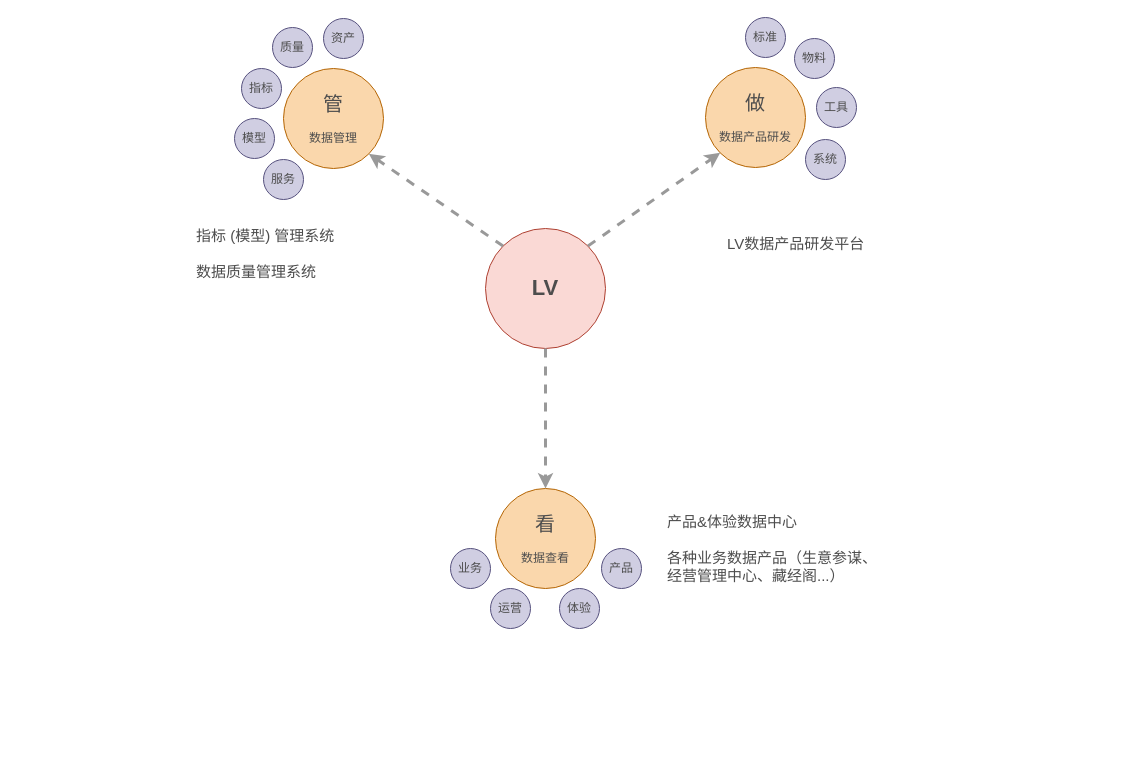
Earlier version of the draw.io diagram LV产品规划.drawio (zzuwzj/draw). Source tidied: cells renumbered, new cells numbered last; positions are measured from the earlier drawing's top-left corner, leaving out a move shared by most shapes. Both pictures are drawn from the tidied source at 100%, with x=0, y=0 at pixel (194, 17).
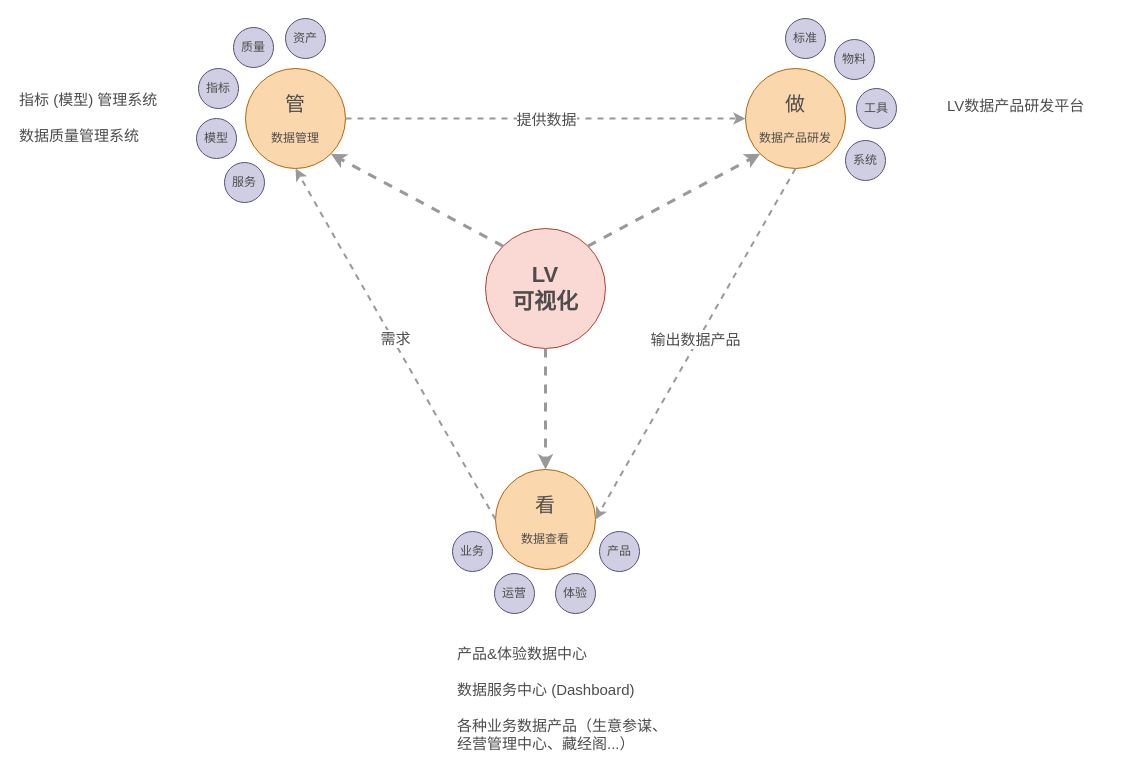
Above is the later version.

What changed in the source:
```diff
@@
-    <mxCell id="2" value="LV" style="ellipse;whiteSpace=wrap;html=1;fontSize=22;fontStyle=1;fillColor=#fad9d5;strokeColor=#ae4132;fontColor=#4D4D4D;" parent="1" vertex="1">
+    <mxCell id="2" value="LV&lt;br&gt;可视化" style="ellipse;whiteSpace=wrap;html=1;fontSize=22;fontStyle=1;fillColor=#fad9d5;strokeColor=#ae4132;fontColor=#4D4D4D;" parent="1" vertex="1">
       <mxGeometry x="291" y="211" width="120" height="120" as="geometry" />
     </mxCell>
     <mxCell id="3" value="&lt;font style=&quot;font-size: 20px&quot;&gt;管&lt;/font&gt;&lt;br&gt;&lt;br&gt;数据管理" style="ellipse;whiteSpace=wrap;html=1;fillColor=#fad7ac;strokeColor=#b46504;fontColor=#4D4D4D;" parent="1" vertex="1">
-      <mxGeometry x="89" y="51" width="100" height="100" as="geometry" />
+      <mxGeometry x="51" y="51" width="100" height="100" as="geometry" />
     </mxCell>
     <mxCell id="4" value="&lt;font style=&quot;font-size: 20px&quot;&gt;做&lt;/font&gt;&lt;br&gt;&lt;br&gt;数据产品研发" style="ellipse;whiteSpace=wrap;html=1;fillColor=#fad7ac;strokeColor=#b46504;fontColor=#4D4D4D;" parent="1" vertex="1">
-      <mxGeometry x="511" y="50" width="100" height="100" as="geometry" />
+      <mxGeometry x="551" y="51" width="100" height="100" as="geometry" />
     </mxCell>
     <mxCell id="5" value="&lt;span style=&quot;font-size: 20px&quot;&gt;看&lt;/span&gt;&lt;br&gt;&lt;br&gt;数据查看" style="ellipse;whiteSpace=wrap;html=1;fillColor=#fad7ac;strokeColor=#b46504;fontColor=#4D4D4D;" parent="1" vertex="1">
-      <mxGeometry x="301" y="471" width="100" height="100" as="geometry" />
+      <mxGeometry x="301" y="452" width="100" height="100" as="geometry" />
     </mxCell>
@@
     <mxCell id="9" value="资产" style="ellipse;whiteSpace=wrap;html=1;fontSize=12;align=center;fillColor=#d0cee2;strokeColor=#56517e;fontColor=#4D4D4D;" parent="1" vertex="1">
-      <mxGeometry x="129" y="1" width="40" height="40" as="geometry" />
+      <mxGeometry x="91" y="1" width="40" height="40" as="geometry" />
     </mxCell>
     <mxCell id="10" value="质量" style="ellipse;whiteSpace=wrap;html=1;fontSize=12;align=center;fillColor=#d0cee2;strokeColor=#56517e;fontColor=#4D4D4D;" parent="1" vertex="1">
-      <mxGeometry x="78" y="10" width="40" height="40" as="geometry" />
+      <mxGeometry x="39" y="10" width="40" height="40" as="geometry" />
     </mxCell>
     <mxCell id="11" value="指标" style="ellipse;whiteSpace=wrap;html=1;fontSize=12;align=center;fillColor=#d0cee2;strokeColor=#56517e;fontColor=#4D4D4D;" parent="1" vertex="1">
-      <mxGeometry x="47" y="51" width="40" height="40" as="geometry" />
+      <mxGeometry x="4" y="51" width="40" height="40" as="geometry" />
     </mxCell>
     <mxCell id="12" value="模型" style="ellipse;whiteSpace=wrap;html=1;fontSize=12;align=center;fillColor=#d0cee2;strokeColor=#56517e;fontColor=#4D4D4D;" parent="1" vertex="1">
-      <mxGeometry x="40" y="101" width="40" height="40" as="geometry" />
+      <mxGeometry x="2" y="101" width="40" height="40" as="geometry" />
     </mxCell>
     <mxCell id="13" value="服务" style="ellipse;whiteSpace=wrap;html=1;fontSize=12;align=center;fillColor=#d0cee2;strokeColor=#56517e;fontColor=#4D4D4D;" parent="1" vertex="1">
-      <mxGeometry x="69" y="142" width="40" height="40" as="geometry" />
+      <mxGeometry x="30" y="145" width="40" height="40" as="geometry" />
     </mxCell>
     <mxCell id="14" value="标准" style="ellipse;whiteSpace=wrap;html=1;fontSize=12;align=center;fillColor=#d0cee2;strokeColor=#56517e;fontColor=#4D4D4D;" parent="1" vertex="1">
-      <mxGeometry x="551" width="40" height="40" as="geometry" />
+      <mxGeometry x="591" y="1" width="40" height="40" as="geometry" />
     </mxCell>
     <mxCell id="15" value="物料" style="ellipse;whiteSpace=wrap;html=1;fontSize=12;align=center;fillColor=#d0cee2;strokeColor=#56517e;fontColor=#4D4D4D;" parent="1" vertex="1">
-      <mxGeometry x="600" y="21" width="40" height="40" as="geometry" />
+      <mxGeometry x="640" y="22" width="40" height="40" as="geometry" />
     </mxCell>
     <mxCell id="16" value="工具" style="ellipse;whiteSpace=wrap;html=1;fontSize=12;align=center;fillColor=#d0cee2;strokeColor=#56517e;fontColor=#4D4D4D;" parent="1" vertex="1">
-      <mxGeometry x="622" y="70" width="40" height="40" as="geometry" />
+      <mxGeometry x="662" y="71" width="40" height="40" as="geometry" />
     </mxCell>
     <mxCell id="17" value="系统" style="ellipse;whiteSpace=wrap;html=1;fontSize=12;align=center;fillColor=#d0cee2;strokeColor=#56517e;fontColor=#4D4D4D;" parent="1" vertex="1">
-      <mxGeometry x="611" y="122" width="40" height="40" as="geometry" />
+      <mxGeometry x="651" y="123" width="40" height="40" as="geometry" />
     </mxCell>
     <mxCell id="18" value="业务" style="ellipse;whiteSpace=wrap;html=1;fontSize=12;align=center;fillColor=#d0cee2;strokeColor=#56517e;fontColor=#4D4D4D;" parent="1" vertex="1">
-      <mxGeometry x="256" y="531" width="40" height="40" as="geometry" />
+      <mxGeometry x="258" y="514" width="40" height="40" as="geometry" />
     </mxCell>
     <mxCell id="19" value="体验" style="ellipse;whiteSpace=wrap;html=1;fontSize=12;align=center;fillColor=#d0cee2;strokeColor=#56517e;fontColor=#4D4D4D;" parent="1" vertex="1">
-      <mxGeometry x="365" y="571" width="40" height="40" as="geometry" />
+      <mxGeometry x="361" y="556" width="40" height="40" as="geometry" />
     </mxCell>
     <mxCell id="20" value="产品" style="ellipse;whiteSpace=wrap;html=1;fontSize=12;align=center;fillColor=#d0cee2;strokeColor=#56517e;fontColor=#4D4D4D;" parent="1" vertex="1">
-      <mxGeometry x="407" y="531" width="40" height="40" as="geometry" />
+      <mxGeometry x="405" y="514" width="40" height="40" as="geometry" />
     </mxCell>
     <mxCell id="21" value="运营" style="ellipse;whiteSpace=wrap;html=1;fontSize=12;align=center;fillColor=#d0cee2;strokeColor=#56517e;fontColor=#4D4D4D;" parent="1" vertex="1">
-      <mxGeometry x="296" y="571" width="40" height="40" as="geometry" />
+      <mxGeometry x="300" y="556" width="40" height="40" as="geometry" />
     </mxCell>
     <mxCell id="22" value="指标 (模型) 管理系统&lt;br style=&quot;font-size: 15px;&quot;&gt;&lt;br style=&quot;font-size: 15px;&quot;&gt;数据质量管理系统" style="text;html=1;strokeColor=none;fillColor=none;align=left;verticalAlign=middle;whiteSpace=wrap;rounded=0;fontSize=15;fontColor=#4D4D4D;" parent="1" vertex="1">
-      <mxGeometry y="201" width="160" height="70" as="geometry" />
+      <mxGeometry x="-177" y="65" width="160" height="70" as="geometry" />
     </mxCell>
     <mxCell id="23" value="LV数据产品研发平台" style="text;html=1;strokeColor=none;fillColor=none;align=left;verticalAlign=middle;whiteSpace=wrap;rounded=0;fontSize=15;fontColor=#4D4D4D;" parent="1" vertex="1">
-      <mxGeometry x="531" y="191" width="160" height="70" as="geometry" />
+      <mxGeometry x="751" y="72" width="160" height="31" as="geometry" />
     </mxCell>
-    <mxCell id="24" value="产品&amp;amp;体验数据中心&lt;br&gt;&lt;br&gt;各种业务数据产品（生意参谋、经营管理中心、藏经阁...）" style="text;html=1;strokeColor=none;fillColor=none;align=left;verticalAlign=middle;whiteSpace=wrap;rounded=0;fontSize=15;fontColor=#4D4D4D;" parent="1" vertex="1">
-      <mxGeometry x="471" y="496" width="220" height="70" as="geometry" />
+    <mxCell id="24" value="产品&amp;amp;体验数据中心&lt;br&gt;&lt;br&gt;数据服务中心 (Dashboard)&lt;br&gt;&lt;br&gt;各种业务数据产品（生意参谋、经营管理中心、藏经阁...）" style="text;html=1;strokeColor=none;fillColor=none;align=left;verticalAlign=middle;whiteSpace=wrap;rounded=0;fontSize=15;fontColor=#4D4D4D;" parent="1" vertex="1">
+      <mxGeometry x="261" y="621" width="220" height="120" as="geometry" />
     </mxCell>
+    <mxCell id="25" style="endArrow=classic;html=1;dashed=1;strokeColor=#999999;strokeWidth=2;fontSize=15;fontColor=#4D4D4D;entryX=0;entryY=0.5;entryDx=0;entryDy=0;exitX=1;exitY=0.5;exitDx=0;exitDy=0;" parent="1" edge="1" source="3" target="4">
+      <mxGeometry relative="1" as="geometry" />
+    </mxCell>
+    <mxCell id="26" value="提供数据" style="text;html=1;align=center;verticalAlign=middle;labelBackgroundColor=#ffffff;fontSize=15;fontColor=#4D4D4D;" parent="25" vertex="1">
+      <mxGeometry x="-0.2" y="1" relative="1" as="geometry">
+        <mxPoint x="40" y="1" as="offset" />
+      </mxGeometry>
+    </mxCell>
+    <mxCell id="27" style="endArrow=classic;html=1;dashed=1;strokeColor=#999999;strokeWidth=2;fontSize=15;fontColor=#4D4D4D;entryX=1;entryY=0.5;entryDx=0;entryDy=0;exitX=0.5;exitY=1;exitDx=0;exitDy=0;" parent="1" edge="1" source="4" target="5">
+      <mxGeometry relative="1" as="geometry" />
+    </mxCell>
+    <mxCell id="28" value="输出数据产品" style="text;html=1;align=center;verticalAlign=middle;labelBackgroundColor=#ffffff;fontSize=15;fontColor=#4D4D4D;" parent="27" vertex="1">
+      <mxGeometry x="0.09" y="-2" relative="1" as="geometry">
+        <mxPoint x="10.5" y="-20" as="offset" />
+      </mxGeometry>
+    </mxCell>
+    <mxCell id="29" style="endArrow=classic;html=1;dashed=1;strokeColor=#999999;strokeWidth=2;fontSize=15;fontColor=#4D4D4D;entryX=0.5;entryY=1;entryDx=0;entryDy=0;exitX=0;exitY=0.5;exitDx=0;exitDy=0;" parent="1" edge="1" source="5" target="3">
+      <mxGeometry relative="1" as="geometry" />
+    </mxCell>
+    <mxCell id="30" value="需求" style="text;html=1;align=center;verticalAlign=middle;labelBackgroundColor=#ffffff;fontSize=15;fontColor=#4D4D4D;" parent="29" vertex="1">
+      <mxGeometry x="0.09" y="-2" relative="1" as="geometry">
+        <mxPoint x="7" y="11" as="offset" />
+      </mxGeometry>
+    </mxCell>
```
